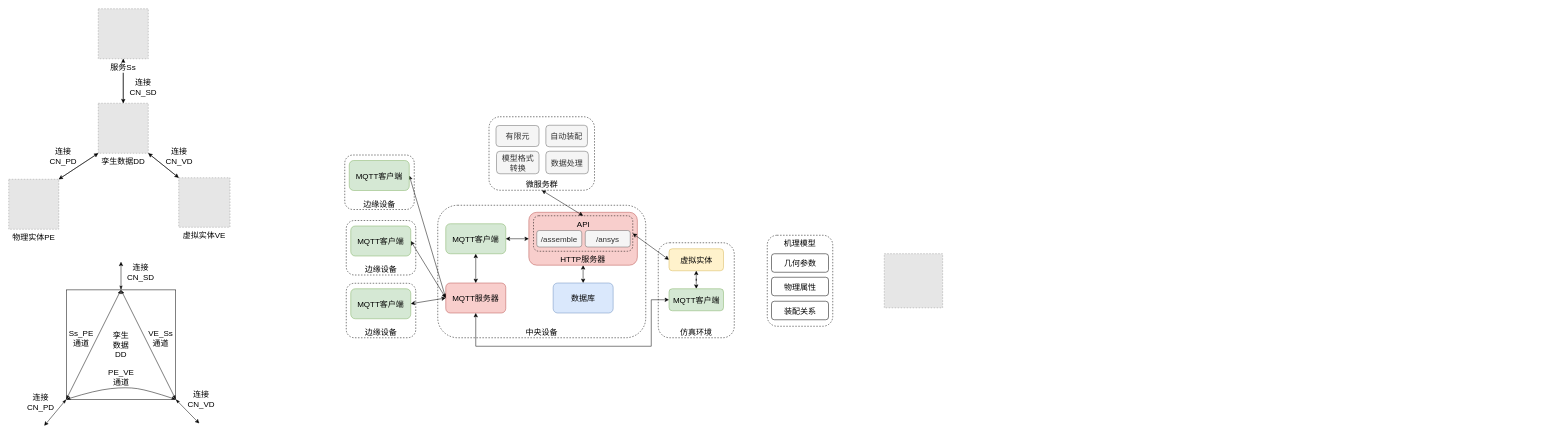
The draw.io diagram 数字孪生模型.drawio in lilingkang/drawio-files, before the edit. Source tidied: cells renumbered, new cells numbered last; positions are measured from the earlier drawing's top-left corner, leaving out a move shared by most shapes. Both pictures are drawn from the tidied source at 50%, with x=0, y=0 at pixel (8, 8). Pictures stored in the file or linked from it are replaced by grey dashed boxes.
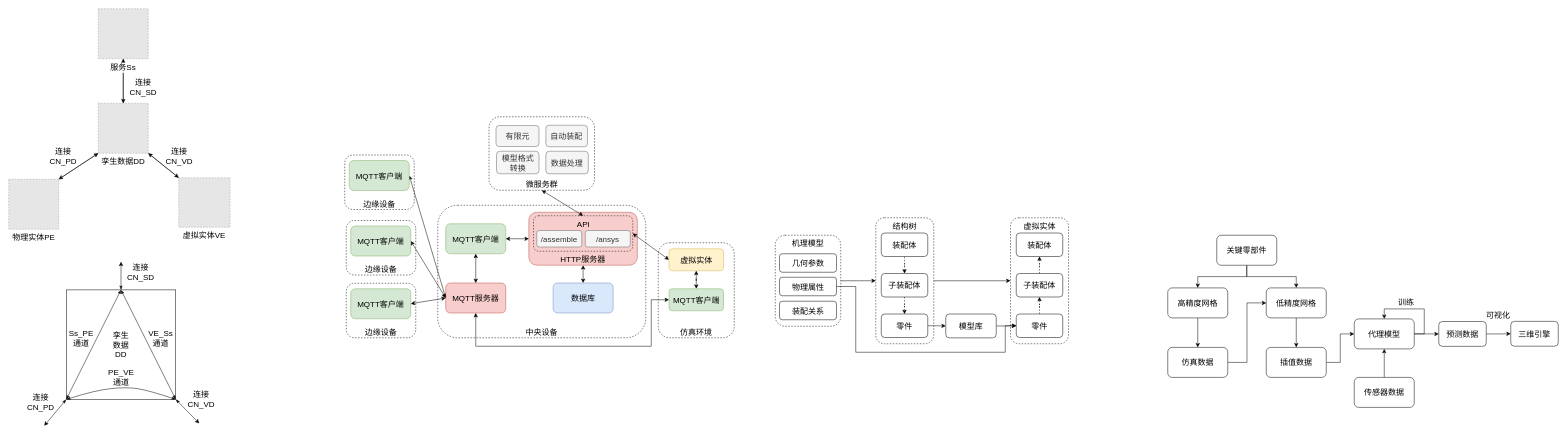
Above is the later version.

Commit message:
更新数字孪生模型.drawio

Change to the diagram source:
```diff
@@
+    <mxCell id="65" value="虚拟实体" style="rounded=1;whiteSpace=wrap;html=1;fontSize=16;dashed=1;verticalAlign=top;" parent="1" vertex="1">
+      <mxGeometry x="2003.5" y="418" width="116" height="252" as="geometry" />
+    </mxCell>
+    <mxCell id="66" style="edgeStyle=orthogonalEdgeStyle;rounded=0;jettySize=auto;html=1;entryX=0;entryY=0.5;entryDx=0;entryDy=0;fontSize=16;startArrow=none;startFill=0;endArrow=classic;endFill=1;" parent="1" edge="1" source="67" target="65">
+      <mxGeometry relative="1" as="geometry" />
+    </mxCell>
+    <mxCell id="67" value="结构树" style="rounded=1;whiteSpace=wrap;html=1;fontSize=16;dashed=1;verticalAlign=top;" parent="1" vertex="1">
+      <mxGeometry x="1734" y="418" width="116" height="252" as="geometry" />
+    </mxCell>
@@
+    <mxCell id="68" style="edgeStyle=orthogonalEdgeStyle;rounded=0;jettySize=auto;html=1;fontSize=16;startArrow=none;startFill=0;endArrow=classic;endFill=1;entryX=0;entryY=0.5;entryDx=0;entryDy=0;" parent="1" edge="1" source="60" target="67">
+      <mxGeometry relative="1" as="geometry" />
+    </mxCell>
     <mxCell id="60" value="机理模型" style="rounded=1;whiteSpace=wrap;html=1;dashed=1;fontSize=16;fillColor=none;verticalAlign=top;" parent="1" vertex="1">
-      <mxGeometry x="1517" y="453" width="131" height="182" as="geometry" />
+      <mxGeometry x="1533" y="453" width="131" height="182" as="geometry" />
     </mxCell>
     <mxCell id="61" value="几何参数" style="rounded=1;whiteSpace=wrap;html=1;fontSize=16;fillColor=none;" parent="1" vertex="1">
-      <mxGeometry x="1525.5" y="490" width="114" height="37" as="geometry" />
+      <mxGeometry x="1541.5" y="490" width="114" height="37" as="geometry" />
     </mxCell>
+    <mxCell id="69" style="edgeStyle=orthogonalEdgeStyle;rounded=0;jettySize=auto;html=1;entryX=0;entryY=0.5;entryDx=0;entryDy=0;fontSize=16;startArrow=none;startFill=0;endArrow=classic;endFill=1;" parent="1" edge="1" source="62" target="79">
+      <mxGeometry relative="1" as="geometry">
+        <Array as="points">
+          <mxPoint x="1694" y="556" />
+          <mxPoint x="1694" y="687" />
+          <mxPoint x="1993" y="687" />
+          <mxPoint x="1993" y="634" />
+        </Array>
+      </mxGeometry>
+    </mxCell>
     <mxCell id="62" value="物理属性" style="rounded=1;whiteSpace=wrap;html=1;fontSize=16;fillColor=none;" parent="1" vertex="1">
-      <mxGeometry x="1525.5" y="537" width="114" height="37" as="geometry" />
+      <mxGeometry x="1541.5" y="537" width="114" height="37" as="geometry" />
     </mxCell>
     <mxCell id="63" value="装配关系" style="rounded=1;whiteSpace=wrap;html=1;fontSize=16;fillColor=none;" parent="1" vertex="1">
-      <mxGeometry x="1525.5" y="585" width="114" height="37" as="geometry" />
+      <mxGeometry x="1541.5" y="585" width="114" height="37" as="geometry" />
     </mxCell>
-    <mxCell id="64" style="fillColor=#E6E6E6;strokeColor=#999999;dashed=1;verticalLabelPosition=bottom;labelBackgroundColor=default;verticalAlign=top;" parent="1" vertex="1">
-      <mxGeometry x="1751" y="489.9" width="116.8" height="108.2" as="geometry" />
-    </mxCell>
+    <mxCell id="70" value="装配体" style="rounded=1;whiteSpace=wrap;html=1;fontSize=16;" parent="1" vertex="1">
+      <mxGeometry x="1745" y="448.5" width="93" height="47" as="geometry" />
+    </mxCell>
+    <mxCell id="71" style="edgeStyle=orthogonalEdgeStyle;rounded=0;jettySize=auto;html=1;fontSize=16;startArrow=classic;startFill=1;endArrow=none;endFill=0;dashed=1;" parent="1" edge="1" source="73" target="70">
+      <mxGeometry relative="1" as="geometry" />
+    </mxCell>
+    <mxCell id="72" style="edgeStyle=orthogonalEdgeStyle;rounded=0;jettySize=auto;html=1;fontSize=16;startArrow=none;startFill=0;endArrow=classic;endFill=1;dashed=1;" parent="1" edge="1" source="73" target="75">
+      <mxGeometry relative="1" as="geometry" />
+    </mxCell>
+    <mxCell id="73" value="子装配体" style="rounded=1;whiteSpace=wrap;html=1;fontSize=16;" parent="1" vertex="1">
+      <mxGeometry x="1745" y="529.5" width="93" height="47" as="geometry" />
+    </mxCell>
+    <mxCell id="74" style="edgeStyle=orthogonalEdgeStyle;rounded=0;jettySize=auto;html=1;fontSize=16;startArrow=none;startFill=0;endArrow=classic;endFill=1;" parent="1" edge="1" source="75" target="77">
+      <mxGeometry relative="1" as="geometry" />
+    </mxCell>
+    <mxCell id="75" value="零件" style="rounded=1;whiteSpace=wrap;html=1;fontSize=16;" parent="1" vertex="1">
+      <mxGeometry x="1745" y="610.5" width="93" height="47" as="geometry" />
+    </mxCell>
+    <mxCell id="76" style="edgeStyle=orthogonalEdgeStyle;rounded=0;jettySize=auto;html=1;fontSize=16;startArrow=none;startFill=0;endArrow=classic;endFill=1;" parent="1" edge="1" source="77" target="79">
+      <mxGeometry relative="1" as="geometry" />
+    </mxCell>
+    <mxCell id="77" value="模型库" style="rounded=1;whiteSpace=wrap;html=1;fontSize=16;" parent="1" vertex="1">
+      <mxGeometry x="1874" y="610.5" width="101" height="47.7" as="geometry" />
+    </mxCell>
+    <mxCell id="78" style="edgeStyle=orthogonalEdgeStyle;rounded=0;jettySize=auto;html=1;fontSize=16;startArrow=none;startFill=0;endArrow=classic;endFill=1;dashed=1;" parent="1" edge="1" source="79" target="81">
+      <mxGeometry relative="1" as="geometry" />
+    </mxCell>
+    <mxCell id="79" value="零件" style="rounded=1;whiteSpace=wrap;html=1;fontSize=16;" parent="1" vertex="1">
+      <mxGeometry x="2015" y="610.5" width="93" height="47" as="geometry" />
+    </mxCell>
+    <mxCell id="80" style="edgeStyle=orthogonalEdgeStyle;rounded=0;jettySize=auto;html=1;fontSize=16;startArrow=none;startFill=0;endArrow=classic;endFill=1;dashed=1;" parent="1" edge="1" source="81" target="82">
+      <mxGeometry relative="1" as="geometry" />
+    </mxCell>
+    <mxCell id="81" value="子装配体" style="rounded=1;whiteSpace=wrap;html=1;fontSize=16;" parent="1" vertex="1">
+      <mxGeometry x="2015" y="529.5" width="93" height="47" as="geometry" />
+    </mxCell>
+    <mxCell id="82" value="装配体" style="rounded=1;whiteSpace=wrap;html=1;fontSize=16;" parent="1" vertex="1">
+      <mxGeometry x="2015" y="448.5" width="93" height="47" as="geometry" />
+    </mxCell>
+    <mxCell id="83" style="edgeStyle=orthogonalEdgeStyle;rounded=0;jettySize=auto;html=1;fontSize=16;startArrow=none;startFill=0;endArrow=classic;endFill=1;" parent="1" edge="1" source="84" target="88">
+      <mxGeometry relative="1" as="geometry" />
+    </mxCell>
+    <mxCell id="84" value="高精度网格" style="rounded=1;whiteSpace=wrap;html=1;fontSize=16;" parent="1" vertex="1">
+      <mxGeometry x="2318" y="558.3" width="120" height="60" as="geometry" />
+    </mxCell>
+    <mxCell id="85" style="edgeStyle=orthogonalEdgeStyle;rounded=0;jettySize=auto;html=1;fontSize=16;startArrow=none;startFill=0;endArrow=classic;endFill=1;" parent="1" edge="1" source="86" target="90">
+      <mxGeometry relative="1" as="geometry" />
+    </mxCell>
+    <mxCell id="86" value="低精度网格" style="rounded=1;whiteSpace=wrap;html=1;fontSize=16;" parent="1" vertex="1">
+      <mxGeometry x="2515" y="558.3" width="120" height="60" as="geometry" />
+    </mxCell>
+    <mxCell id="87" style="edgeStyle=orthogonalEdgeStyle;rounded=0;jettySize=auto;html=1;entryX=0;entryY=0.5;entryDx=0;entryDy=0;fontSize=16;startArrow=none;startFill=0;endArrow=classic;endFill=1;" parent="1" edge="1" source="88" target="86">
+      <mxGeometry relative="1" as="geometry" />
+    </mxCell>
+    <mxCell id="88" value="仿真数据" style="rounded=1;whiteSpace=wrap;html=1;fontSize=16;" parent="1" vertex="1">
+      <mxGeometry x="2318" y="677.3" width="120" height="60" as="geometry" />
+    </mxCell>
+    <mxCell id="89" style="edgeStyle=orthogonalEdgeStyle;rounded=0;jettySize=auto;html=1;fontSize=16;startArrow=none;startFill=0;endArrow=classic;endFill=1;" parent="1" edge="1" source="90" target="92">
+      <mxGeometry relative="1" as="geometry" />
+    </mxCell>
+    <mxCell id="90" value="插值数据" style="rounded=1;whiteSpace=wrap;html=1;fontSize=16;" parent="1" vertex="1">
+      <mxGeometry x="2515" y="677.3" width="120" height="60" as="geometry" />
+    </mxCell>
+    <mxCell id="91" style="edgeStyle=orthogonalEdgeStyle;rounded=0;jettySize=auto;html=1;fontSize=16;startArrow=none;startFill=0;endArrow=classic;endFill=1;" parent="1" edge="1" source="92" target="98">
+      <mxGeometry relative="1" as="geometry" />
+    </mxCell>
+    <mxCell id="92" value="代理模型" style="rounded=1;whiteSpace=wrap;html=1;fontSize=16;" parent="1" vertex="1">
+      <mxGeometry x="2691" y="620.3" width="120" height="60" as="geometry" />
+    </mxCell>
+    <mxCell id="93" style="edgeStyle=orthogonalEdgeStyle;rounded=0;orthogonalLoop=1;jettySize=auto;html=1;entryX=1;entryY=0.5;entryDx=0;entryDy=0;fontSize=16;startArrow=classic;startFill=1;endArrow=none;endFill=0;" parent="1" edge="1" source="92" target="92">
+      <mxGeometry relative="1" as="geometry" />
+    </mxCell>
+    <mxCell id="94" value="训练" style="text;html=1;strokeColor=none;fillColor=none;align=center;verticalAlign=middle;whiteSpace=wrap;rounded=0;fontSize=16;" parent="1" vertex="1">
+      <mxGeometry x="2765" y="571" width="60" height="30" as="geometry" />
+    </mxCell>
+    <mxCell id="95" style="edgeStyle=orthogonalEdgeStyle;rounded=0;jettySize=auto;html=1;fontSize=16;startArrow=none;startFill=0;endArrow=classic;endFill=1;" parent="1" edge="1" source="96" target="92">
+      <mxGeometry relative="1" as="geometry" />
+    </mxCell>
+    <mxCell id="96" value="传感器数据" style="rounded=1;whiteSpace=wrap;html=1;fontSize=16;" parent="1" vertex="1">
+      <mxGeometry x="2691" y="737.3" width="120" height="60" as="geometry" />
+    </mxCell>
+    <mxCell id="97" style="edgeStyle=orthogonalEdgeStyle;rounded=0;jettySize=auto;html=1;fontSize=16;startArrow=none;startFill=0;endArrow=classic;endFill=1;entryX=0;entryY=0.5;entryDx=0;entryDy=0;" parent="1" edge="1" source="98" target="100">
+      <mxGeometry relative="1" as="geometry" />
+    </mxCell>
+    <mxCell id="98" value="预测数据" style="rounded=1;whiteSpace=wrap;html=1;fontSize=16;" parent="1" vertex="1">
+      <mxGeometry x="2860" y="625.5" width="95" height="49.7" as="geometry" />
+    </mxCell>
+    <mxCell id="99" value="可视化" style="text;html=1;strokeColor=none;fillColor=none;align=center;verticalAlign=middle;whiteSpace=wrap;rounded=0;fontSize=16;" parent="1" vertex="1">
+      <mxGeometry x="2949" y="596.5" width="60" height="30" as="geometry" />
+    </mxCell>
+    <mxCell id="100" value="三维引擎" style="rounded=1;whiteSpace=wrap;html=1;fontSize=16;" parent="1" vertex="1">
+      <mxGeometry x="3004" y="625.2" width="95" height="49.7" as="geometry" />
+    </mxCell>
+    <mxCell id="101" style="edgeStyle=orthogonalEdgeStyle;rounded=0;jettySize=auto;html=1;fontSize=16;startArrow=none;startFill=0;endArrow=classic;endFill=1;" parent="1" edge="1" source="103" target="84">
+      <mxGeometry relative="1" as="geometry" />
+    </mxCell>
+    <mxCell id="102" style="edgeStyle=orthogonalEdgeStyle;rounded=0;jettySize=auto;html=1;fontSize=16;startArrow=none;startFill=0;endArrow=classic;endFill=1;" parent="1" edge="1" source="103" target="86">
+      <mxGeometry relative="1" as="geometry" />
+    </mxCell>
+    <mxCell id="103" value="关键零部件" style="rounded=1;whiteSpace=wrap;html=1;fontSize=16;" parent="1" vertex="1">
+      <mxGeometry x="2416" y="453" width="120" height="60" as="geometry" />
+    </mxCell>
```
